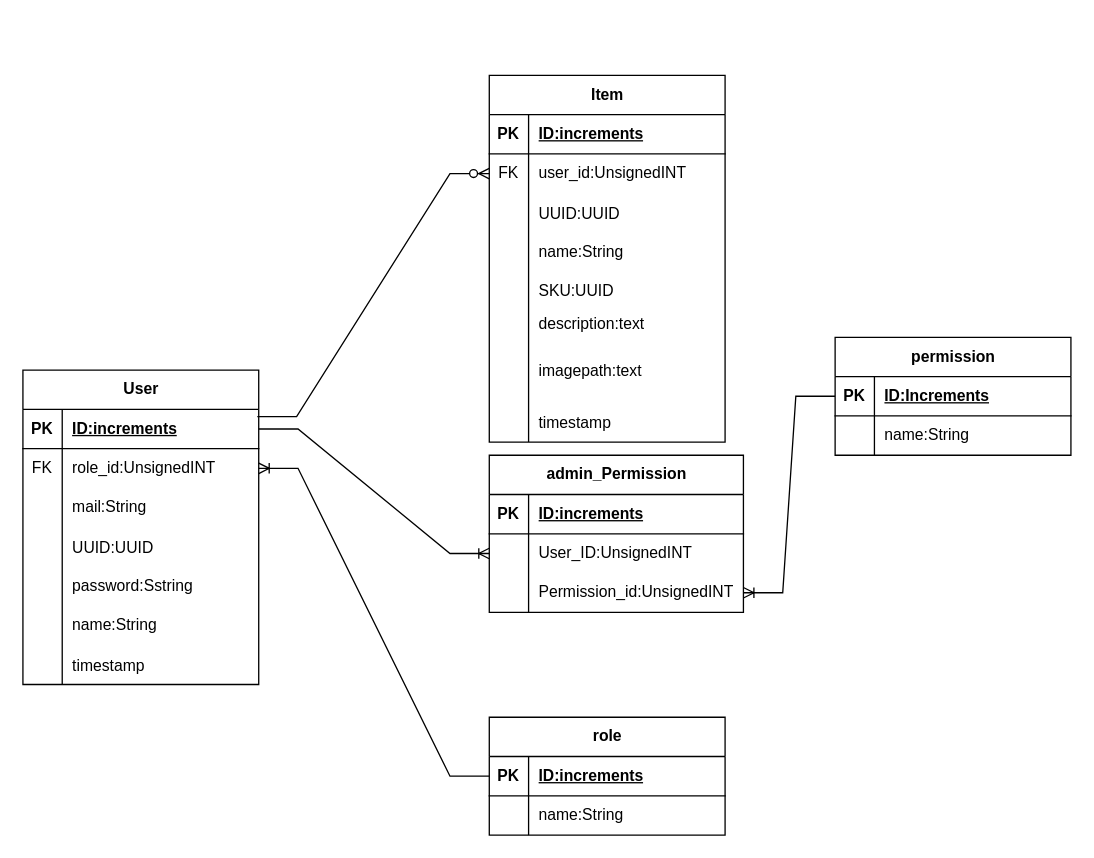
Earlier version of the draw.io diagram Document/ER.drawio (RyuseiNa/MelopanTestTask). Source tidied: cells renumbered, new cells numbered last; positions are measured from the earlier drawing's top-left corner, leaving out a move shared by most shapes. Both pictures are drawn from the tidied source at 131%, with x=0, y=0 at pixel (22, 75).
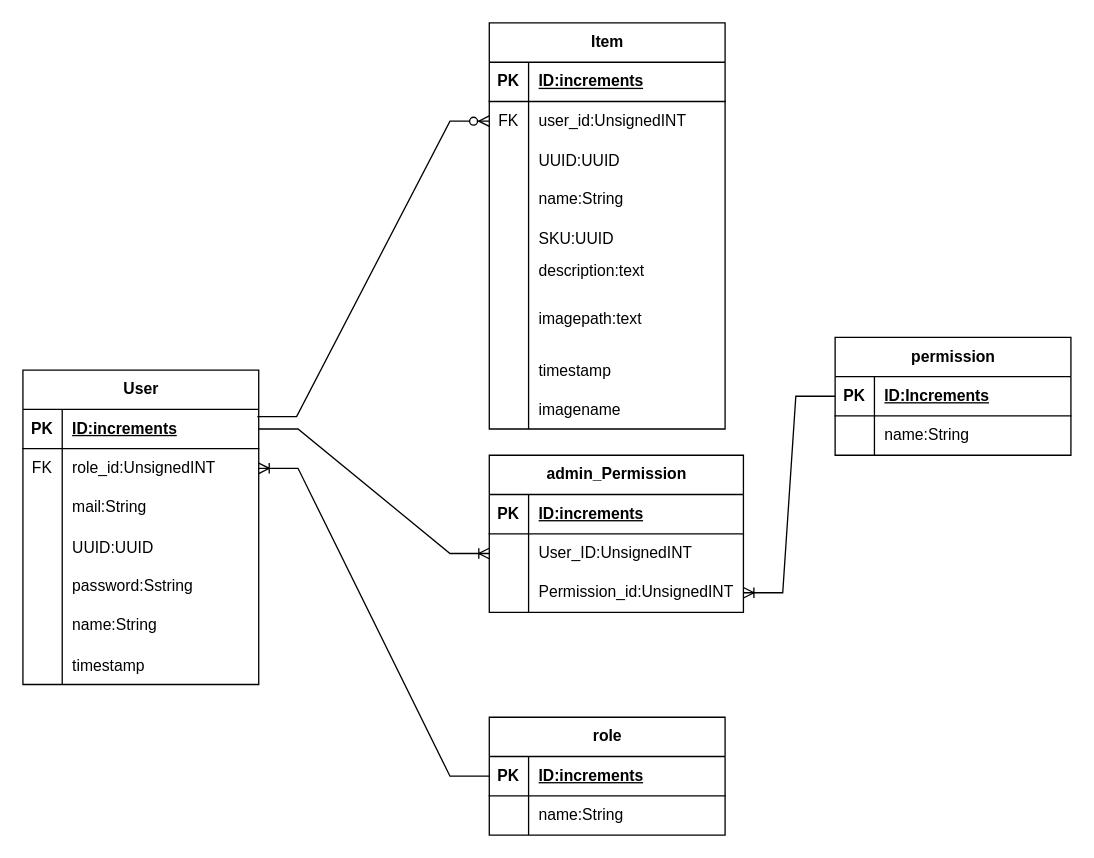
After the change.

Change to the diagram source:
```diff
@@
     <mxCell id="2" value="Item" style="shape=table;startSize=30;childLayout=tableLayout;rowLines=0;fontStyle=1;align=center;html=1;" parent="1" vertex="1">
-      <mxGeometry x="356" width="180" height="280" as="geometry" />
+      <mxGeometry x="356" y="-40" width="180" height="310" as="geometry" />
     </mxCell>
@@
+    <mxCell id="79" style="shape=tableRow;horizontal=0;startSize=0;swimlaneHead=0;swimlaneBody=0;fillColor=none;top=0;left=0;right=0;bottom=0;" parent="2" vertex="1">
+      <mxGeometry y="280" width="180" height="30" as="geometry" />
+    </mxCell>
+    <mxCell id="80" style="shape=partialRectangle;fillColor=none;top=0;left=0;bottom=0;right=0;overflow=hidden;" parent="79" vertex="1">
+      <mxGeometry width="30" height="30" as="geometry" />
+    </mxCell>
+    <mxCell id="81" value="imagename" style="shape=partialRectangle;fillColor=none;top=0;left=0;bottom=0;right=0;align=left;spacingLeft=6;overflow=hidden;" parent="79" vertex="1">
+      <mxGeometry x="30" width="150" height="30" as="geometry" />
+    </mxCell>
```
